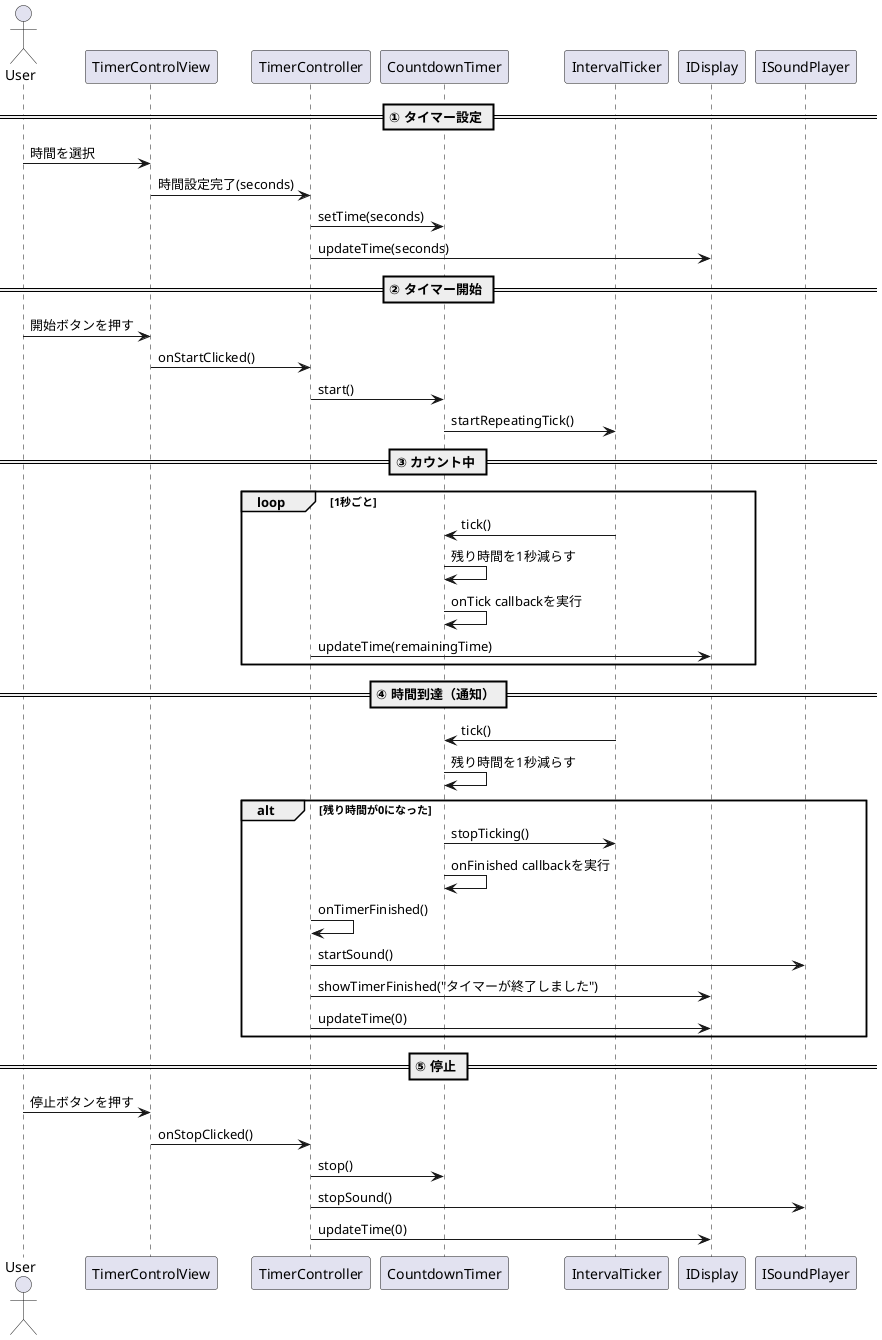
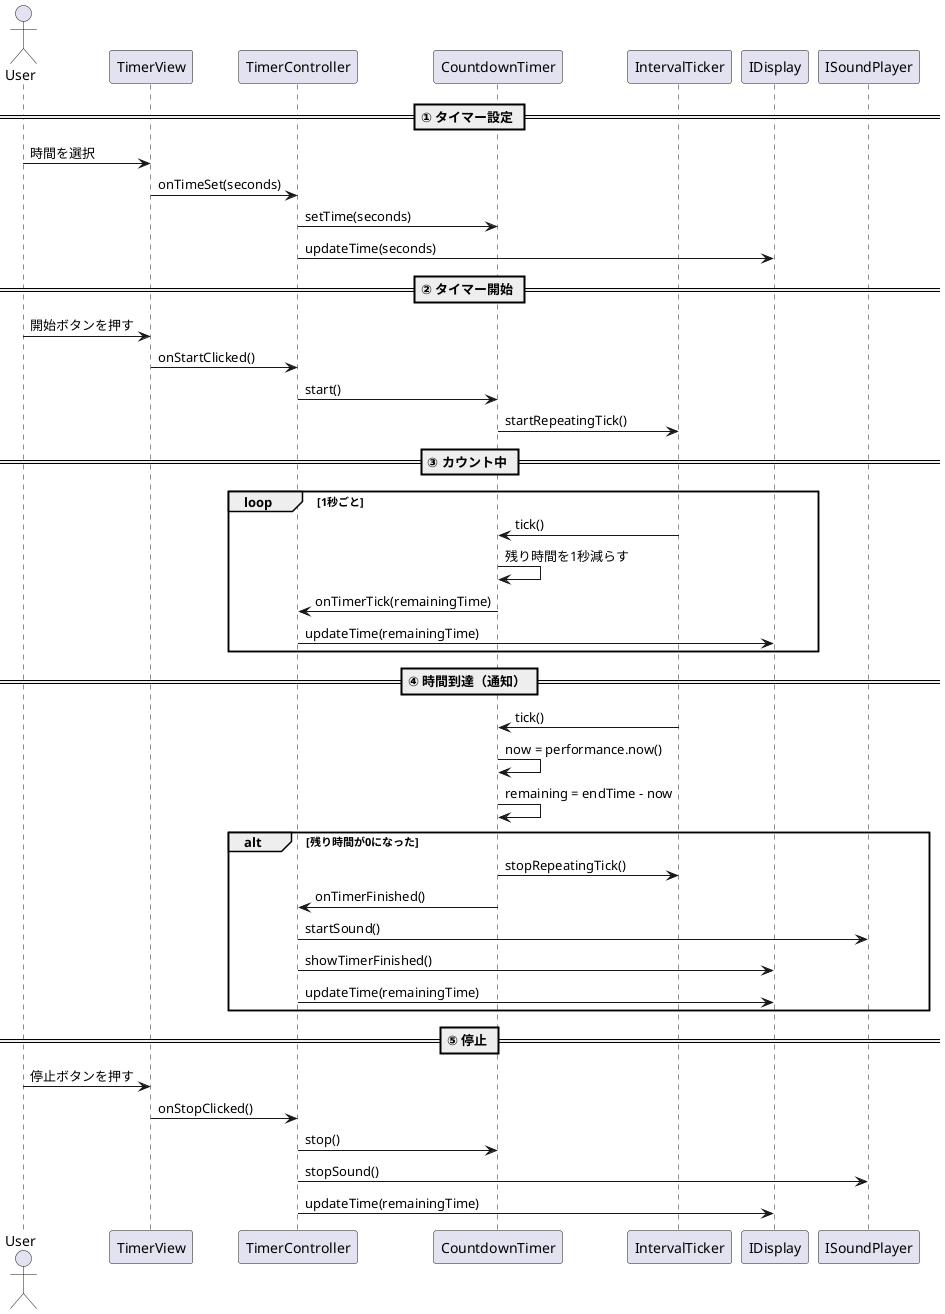

@startuml timer-uml

actor User
- participant TimerControlView
+ participant TimerView
participant TimerController
participant CountdownTimer
participant IntervalTicker
participant IDisplay
participant ISoundPlayer

== ① タイマー設定 ==
- User -> TimerControlView : 時間を選択
- TimerControlView -> TimerController : 時間設定完了(seconds)
+ User -> TimerView : 時間を選択
+ TimerView -> TimerController : onTimeSet(seconds)
TimerController -> CountdownTimer : setTime(seconds)
TimerController -> IDisplay : updateTime(seconds)

== ② タイマー開始 ==
- User -> TimerControlView : 開始ボタンを押す
- TimerControlView -> TimerController : onStartClicked()
+ User -> TimerView : 開始ボタンを押す
+ TimerView -> TimerController : onStartClicked()

TimerController -> CountdownTimer : start()
CountdownTimer -> IntervalTicker : startRepeatingTick()

== ③ カウント中 ==
loop 1秒ごと
    IntervalTicker -> CountdownTimer : tick()
    CountdownTimer -> CountdownTimer : 残り時間を1秒減らす
-     CountdownTimer -> CountdownTimer : onTick callbackを実行
+     CountdownTimer -> TimerController : onTimerTick(remainingTime)
    TimerController -> IDisplay : updateTime(remainingTime)
end

== ④ 時間到達（通知） ==
IntervalTicker -> CountdownTimer : tick()
- CountdownTimer -> CountdownTimer : 残り時間を1秒減らす
+ CountdownTimer -> CountdownTimer : now = performance.now()
+ CountdownTimer -> CountdownTimer : remaining = endTime - now

alt 残り時間が0になった
-     CountdownTimer -> IntervalTicker : stopTicking()
-     CountdownTimer -> CountdownTimer : onFinished callbackを実行
-     TimerController -> TimerController : onTimerFinished()
+     CountdownTimer -> IntervalTicker : stopRepeatingTick()
+     CountdownTimer -> TimerController : onTimerFinished()
    TimerController -> ISoundPlayer : startSound()
-     TimerController -> IDisplay : showTimerFinished("タイマーが終了しました")
-     TimerController -> IDisplay : updateTime(0)
+     TimerController -> IDisplay : showTimerFinished()
+     TimerController -> IDisplay : updateTime(remainingTime)
end

== ⑤ 停止 ==
- User -> TimerControlView : 停止ボタンを押す
- TimerControlView -> TimerController : onStopClicked()
+ User -> TimerView : 停止ボタンを押す
+ TimerView -> TimerController : onStopClicked()

TimerController -> CountdownTimer : stop()
TimerController -> ISoundPlayer : stopSound()
- TimerController -> IDisplay : updateTime(0)
+ TimerController -> IDisplay : updateTime(remainingTime)

@enduml
